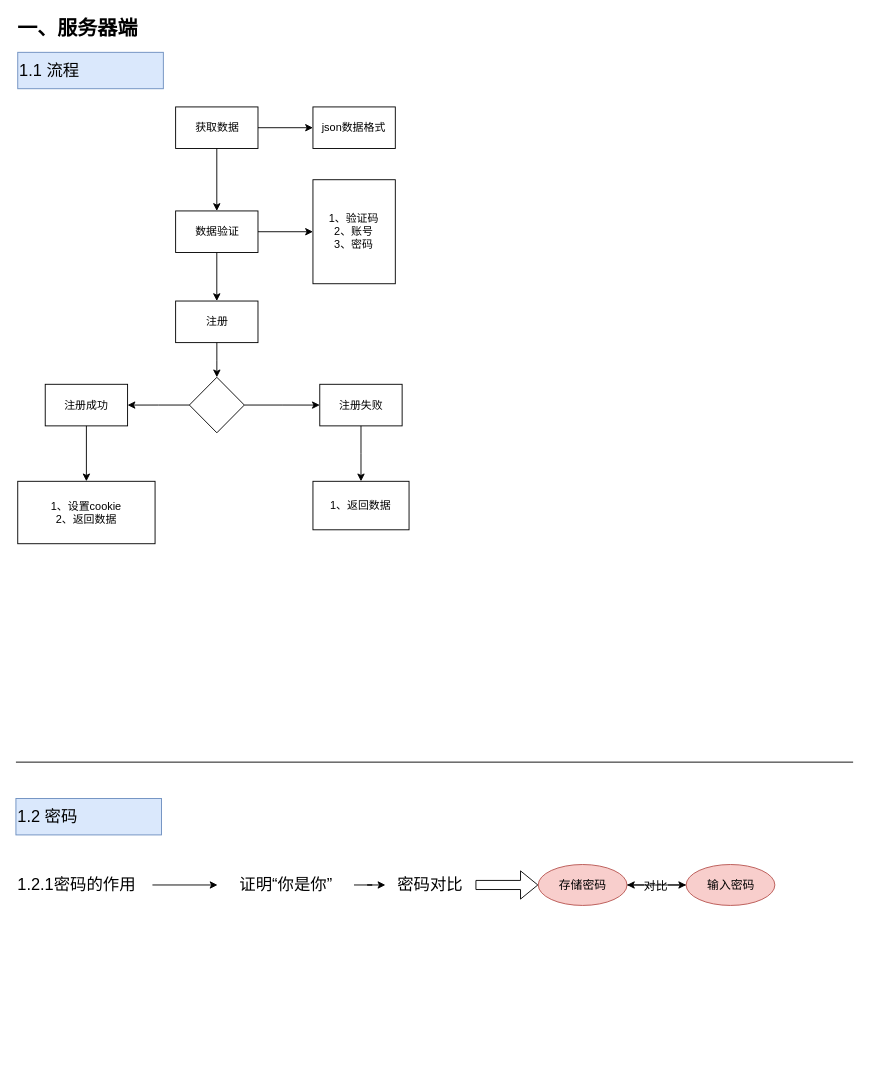
Earlier version of the draw.io diagram 注册.drawio (JMHello/draw). Source tidied: cells renumbered, new cells numbered last; positions are measured from the earlier drawing's top-left corner, leaving out a move shared by most shapes. Both pictures are drawn from the tidied source at 91%, with x=0, y=0 at pixel (15, 15).
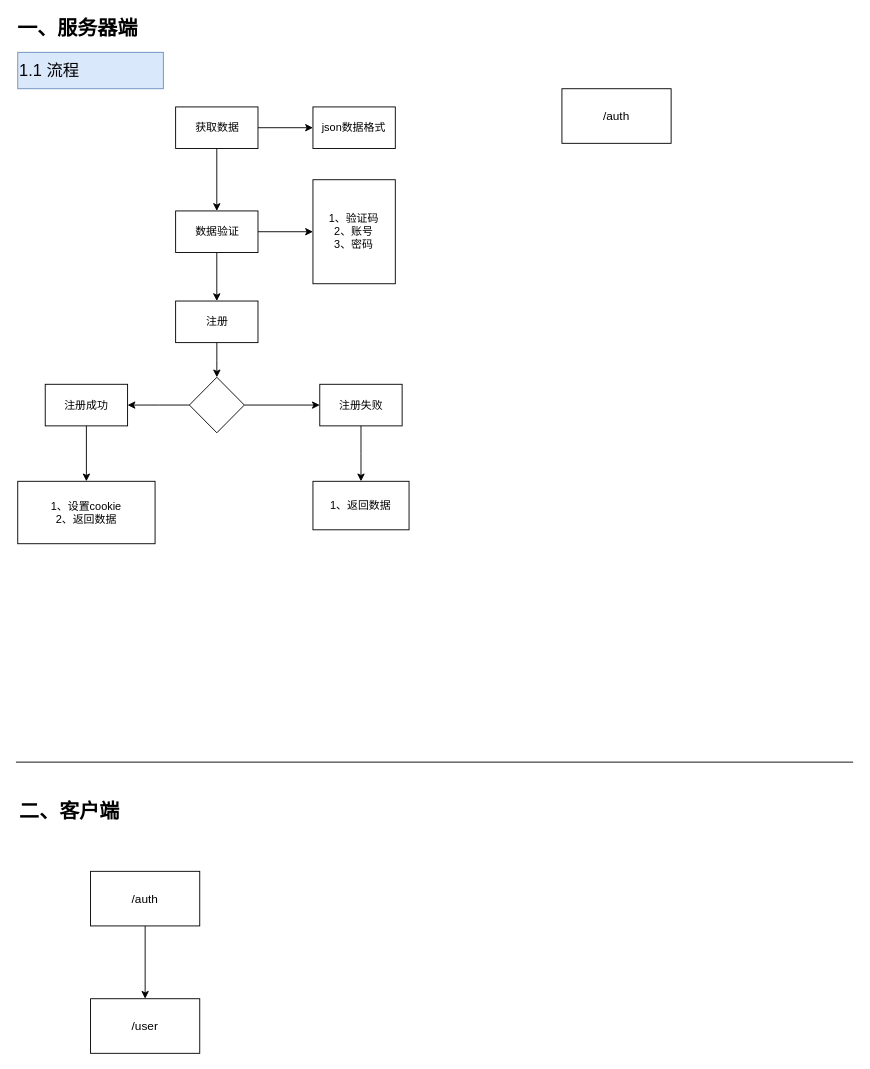
The same page after the edit.

The edit, as a diff of the source:
```diff
@@
-    <mxCell id="4" value="1.2 密码" style="text;html=1;strokeColor=#6c8ebf;fillColor=#dae8fc;align=left;verticalAlign=middle;whiteSpace=wrap;rounded=0;fontSize=18;" parent="1" vertex="1">
-      <mxGeometry y="860" width="160" height="40" as="geometry" />
-    </mxCell>
@@
-    <mxCell id="26" style="edgeStyle=orthogonalEdgeStyle;rounded=0;jettySize=auto;html=1;fontSize=18;" parent="1" edge="1" source="27" target="29">
-      <mxGeometry relative="1" as="geometry" />
-    </mxCell>
-    <mxCell id="27" value="1.2.1密码的作用" style="text;html=1;strokeColor=none;fillColor=none;align=left;verticalAlign=middle;whiteSpace=wrap;rounded=0;fontSize=18;" parent="1" vertex="1">
-      <mxGeometry y="940" width="150" height="30" as="geometry" />
-    </mxCell>
-    <mxCell id="28" style="edgeStyle=orthogonalEdgeStyle;rounded=0;jettySize=auto;html=1;fontSize=18;" parent="1" edge="1" source="29" target="31">
-      <mxGeometry relative="1" as="geometry" />
-    </mxCell>
-    <mxCell id="29" value="证明“你是你”" style="text;html=1;strokeColor=none;fillColor=none;align=center;verticalAlign=middle;whiteSpace=wrap;rounded=0;fontSize=18;" parent="1" vertex="1">
-      <mxGeometry x="221.5" y="940" width="150" height="30" as="geometry" />
-    </mxCell>
-    <mxCell id="30" style="edgeStyle=orthogonalEdgeStyle;rounded=0;jettySize=auto;html=1;entryX=0;entryY=0.5;entryDx=0;entryDy=0;fontSize=13;shape=flexArrow;" parent="1" edge="1" source="31" target="33">
-      <mxGeometry relative="1" as="geometry" />
-    </mxCell>
-    <mxCell id="31" value="密码对比" style="text;html=1;strokeColor=none;fillColor=none;align=center;verticalAlign=middle;whiteSpace=wrap;rounded=0;fontSize=18;" parent="1" vertex="1">
-      <mxGeometry x="406" y="940" width="99" height="30" as="geometry" />
-    </mxCell>
-    <mxCell id="32" style="group;fontSize=13;" parent="1" vertex="1">
-      <mxGeometry x="574" y="932.5" width="260" height="45" as="geometry" />
-    </mxCell>
-    <mxCell id="33" value="存储密码" style="ellipse;whiteSpace=wrap;html=1;fontSize=13;align=center;fillColor=#f8cecc;strokeColor=#b85450;" parent="32" vertex="1">
-      <mxGeometry width="97.5" height="45" as="geometry" />
-    </mxCell>
-    <mxCell id="34" style="edgeStyle=orthogonalEdgeStyle;rounded=0;jettySize=auto;html=1;fontSize=13;" parent="32" edge="1" source="36" target="33">
-      <mxGeometry relative="1" as="geometry" />
-    </mxCell>
-    <mxCell id="35" value="对比" style="text;html=1;align=center;verticalAlign=middle;labelBackgroundColor=#ffffff;fontSize=13;" parent="34" vertex="1">
-      <mxGeometry x="0.05" relative="1" as="geometry" />
-    </mxCell>
-    <mxCell id="36" value="输入密码" style="ellipse;whiteSpace=wrap;html=1;fontSize=13;align=center;fillColor=#f8cecc;strokeColor=#b85450;" parent="32" vertex="1">
-      <mxGeometry x="162.5" width="97.5" height="45" as="geometry" />
-    </mxCell>
-    <mxCell id="37" style="edgeStyle=orthogonalEdgeStyle;rounded=0;jettySize=auto;html=1;fontSize=13;" parent="32" edge="1" source="33" target="36">
-      <mxGeometry relative="1" as="geometry" />
-    </mxCell>
+    <mxCell id="38" value="/auth" style="rounded=0;whiteSpace=wrap;html=1;fontSize=13;align=center;" parent="1" vertex="1">
+      <mxGeometry x="600" y="80" width="120" height="60" as="geometry" />
+    </mxCell>
+    <mxCell id="39" style="edgeStyle=orthogonalEdgeStyle;rounded=0;jettySize=auto;html=1;fontSize=13;" parent="1" edge="1" source="40" target="41">
+      <mxGeometry relative="1" as="geometry" />
+    </mxCell>
+    <mxCell id="40" value="/auth" style="rounded=0;whiteSpace=wrap;html=1;fontSize=13;align=center;" parent="1" vertex="1">
+      <mxGeometry x="82" y="940" width="120" height="60" as="geometry" />
+    </mxCell>
+    <mxCell id="41" value="/user" style="rounded=0;whiteSpace=wrap;html=1;fontSize=13;align=center;" parent="1" vertex="1">
+      <mxGeometry x="82" y="1080" width="120" height="60" as="geometry" />
+    </mxCell>
+    <mxCell id="42" value="二、客户端" style="text;html=1;strokeColor=none;fillColor=none;align=left;verticalAlign=middle;whiteSpace=wrap;rounded=0;fontSize=22;fontStyle=1;" parent="1" vertex="1">
+      <mxGeometry x="2" y="860" width="160" height="30" as="geometry" />
+    </mxCell>
```
